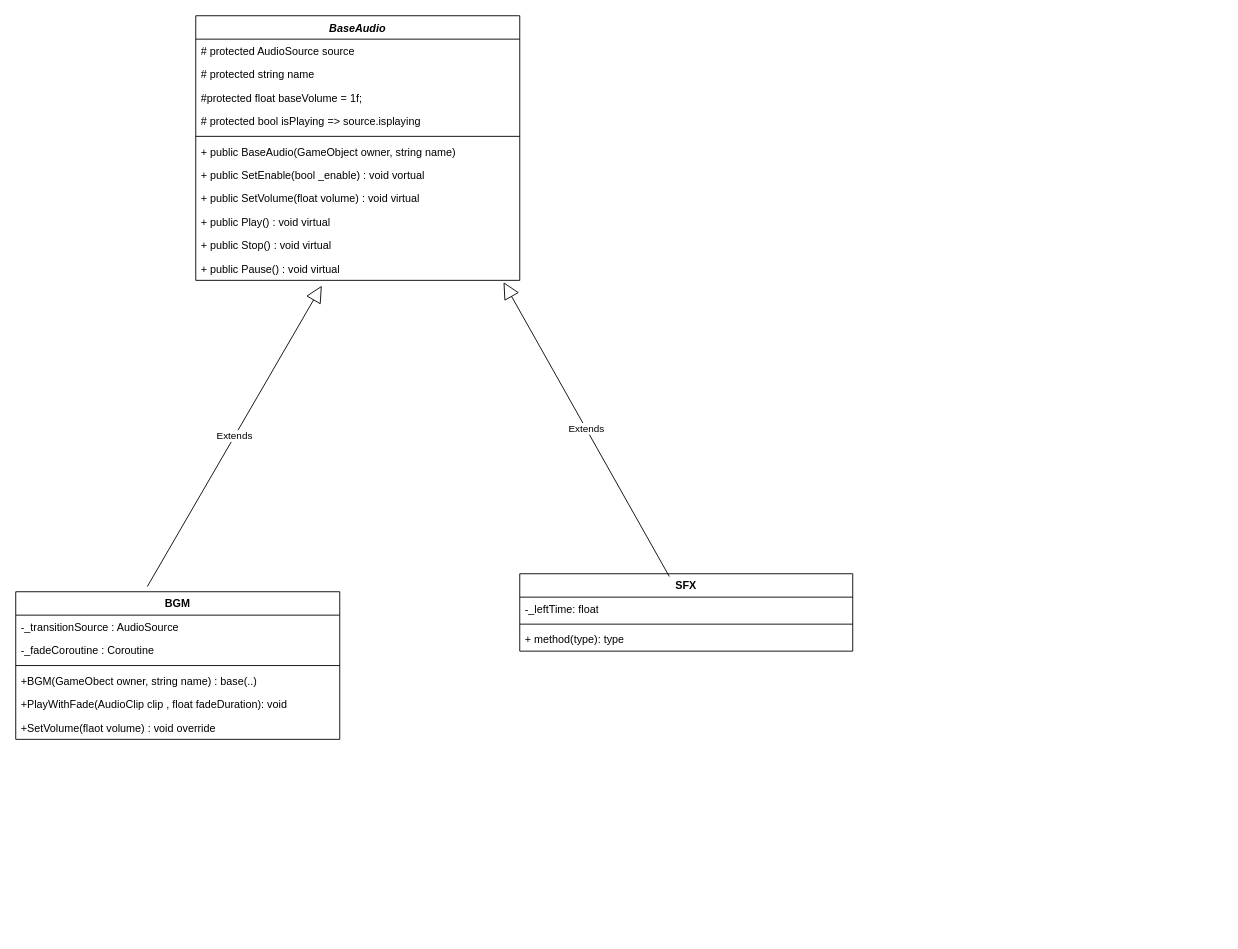
QAQSly/QAQSly keeps this draw.io diagram as Audio.drawio. Above is the earlier version. Source tidied: cells renumbered, new cells numbered last; positions are measured from the earlier drawing's top-left corner, leaving out a move shared by most shapes. Both pictures are drawn from the tidied source at 90%, with x=0, y=0 at pixel (15, 15).
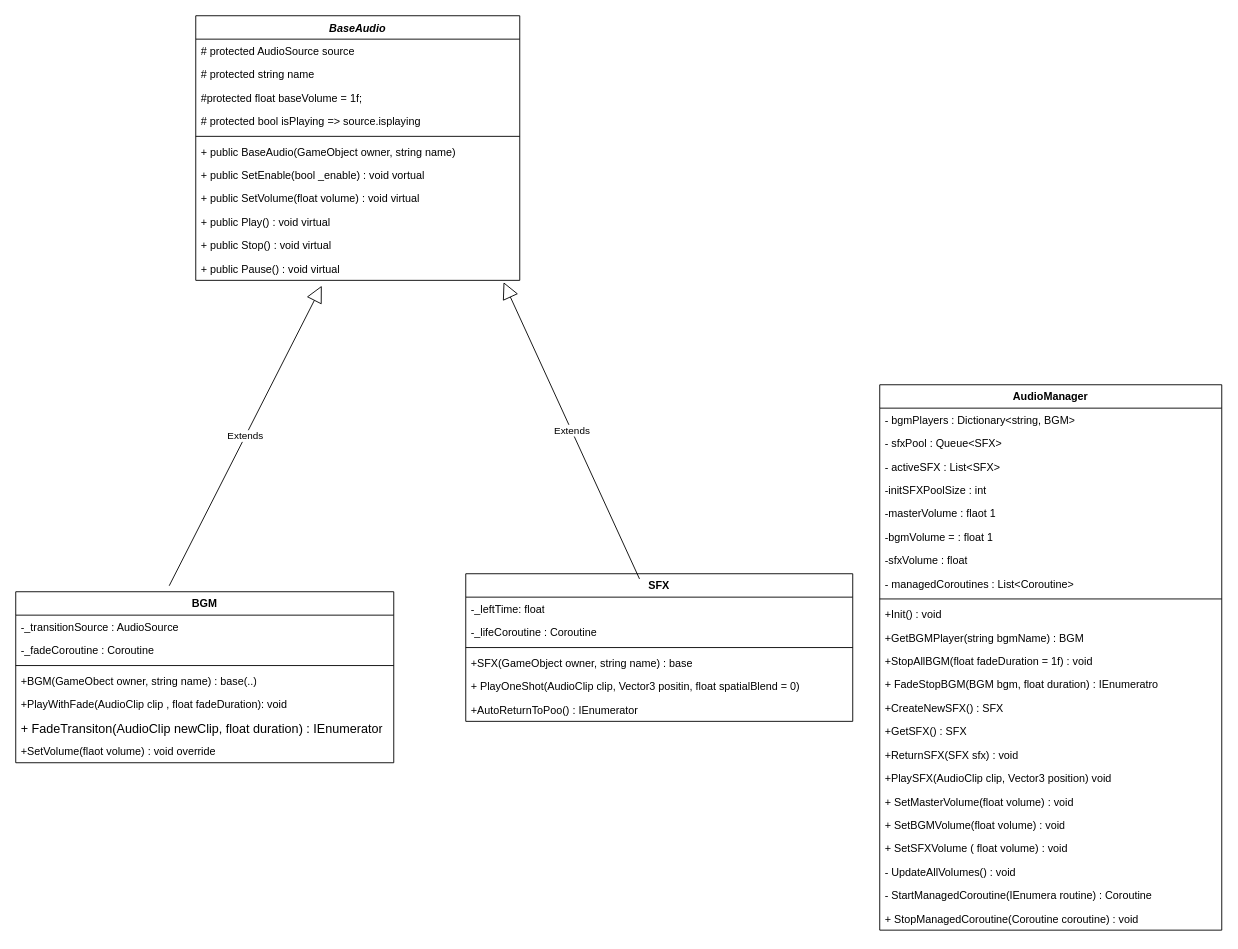
The same diagram, later.

The edit, as a diff of the source:
```diff
@@
     <mxCell id="14" value="BGM" style="swimlane;fontStyle=1;align=center;verticalAlign=top;horizontal=1;startSize=26;whiteSpace=wrap;html=1;" parent="1" vertex="1">
-      <mxGeometry y="640" width="360" height="164" as="geometry" />
+      <mxGeometry y="640" width="420" height="190" as="geometry" />
     </mxCell>
     <mxCell id="15" value="-_transitionSource : AudioSource" style="text;strokeColor=none;fillColor=none;align=left;verticalAlign=top;spacingLeft=4;spacingRight=4;overflow=hidden;whiteSpace=wrap;html=1;" parent="14" vertex="1">
-      <mxGeometry y="26" width="360" height="26" as="geometry" />
+      <mxGeometry y="26" width="420" height="26" as="geometry" />
     </mxCell>
     <mxCell id="16" value="-_fadeCoroutine : Coroutine" style="text;strokeColor=none;fillColor=none;align=left;verticalAlign=top;spacingLeft=4;spacingRight=4;overflow=hidden;whiteSpace=wrap;html=1;" parent="14" vertex="1">
-      <mxGeometry y="52" width="360" height="26" as="geometry" />
+      <mxGeometry y="52" width="420" height="26" as="geometry" />
     </mxCell>
     <mxCell id="17" style="line;strokeWidth=1;fillColor=none;align=left;verticalAlign=middle;spacingTop=-1;spacingLeft=3;spacingRight=3;labelPosition=right;strokeColor=inherit;" parent="14" vertex="1">
-      <mxGeometry y="78" width="360" height="8" as="geometry" />
+      <mxGeometry y="78" width="420" height="8" as="geometry" />
     </mxCell>
     <mxCell id="18" value="+BGM(GameObect owner, string name) : base(..)" style="text;strokeColor=none;fillColor=none;align=left;verticalAlign=top;spacingLeft=4;spacingRight=4;overflow=hidden;whiteSpace=wrap;html=1;" parent="14" vertex="1">
-      <mxGeometry y="86" width="360" height="26" as="geometry" />
+      <mxGeometry y="86" width="420" height="26" as="geometry" />
     </mxCell>
     <mxCell id="19" value="+PlayWithFade(AudioClip clip , float fadeDuration): void" style="text;strokeColor=none;fillColor=none;align=left;verticalAlign=top;spacingLeft=4;spacingRight=4;overflow=hidden;whiteSpace=wrap;html=1;" parent="14" vertex="1">
-      <mxGeometry y="112" width="360" height="26" as="geometry" />
+      <mxGeometry y="112" width="420" height="26" as="geometry" />
     </mxCell>
+    <mxCell id="27" value="&lt;font face=&quot;Calibri&quot;&gt;&lt;span style=&quot;font-size: 14px;&quot;&gt;+ FadeTransiton(AudioClip newClip, float duration) : IEnumerator&lt;/span&gt;&lt;/font&gt;" style="text;strokeColor=none;fillColor=none;align=left;verticalAlign=top;spacingLeft=4;spacingRight=4;overflow=hidden;whiteSpace=wrap;html=1;" parent="14" vertex="1">
+      <mxGeometry y="138" width="420" height="26" as="geometry" />
+    </mxCell>
     <mxCell id="20" value="+SetVolume(flaot volume) : void override" style="text;strokeColor=none;fillColor=none;align=left;verticalAlign=top;spacingLeft=4;spacingRight=4;overflow=hidden;whiteSpace=wrap;html=1;" parent="14" vertex="1">
-      <mxGeometry y="138" width="360" height="26" as="geometry" />
+      <mxGeometry y="164" width="420" height="26" as="geometry" />
     </mxCell>
@@
     <mxCell id="22" value="SFX" style="swimlane;fontStyle=1;align=center;verticalAlign=top;horizontal=1;startSize=26;whiteSpace=wrap;html=1;" parent="1" vertex="1">
-      <mxGeometry x="560" y="620" width="370" height="86" as="geometry" />
+      <mxGeometry x="500" y="620" width="430" height="164" as="geometry" />
     </mxCell>
     <mxCell id="23" value="-_leftTime: float" style="text;strokeColor=none;fillColor=none;align=left;verticalAlign=top;spacingLeft=4;spacingRight=4;overflow=hidden;whiteSpace=wrap;html=1;" parent="22" vertex="1">
-      <mxGeometry y="26" width="370" height="26" as="geometry" />
+      <mxGeometry y="26" width="430" height="26" as="geometry" />
     </mxCell>
+    <mxCell id="28" value="-_lifeCoroutine : Coroutine" style="text;strokeColor=none;fillColor=none;align=left;verticalAlign=top;spacingLeft=4;spacingRight=4;overflow=hidden;whiteSpace=wrap;html=1;" parent="22" vertex="1">
+      <mxGeometry y="52" width="430" height="26" as="geometry" />
+    </mxCell>
     <mxCell id="24" style="line;strokeWidth=1;fillColor=none;align=left;verticalAlign=middle;spacingTop=-1;spacingLeft=3;spacingRight=3;labelPosition=right;strokeColor=inherit;" parent="22" vertex="1">
-      <mxGeometry y="52" width="370" height="8" as="geometry" />
+      <mxGeometry y="78" width="430" height="8" as="geometry" />
     </mxCell>
-    <mxCell id="25" value="+ method(type): type" style="text;strokeColor=none;fillColor=none;align=left;verticalAlign=top;spacingLeft=4;spacingRight=4;overflow=hidden;whiteSpace=wrap;html=1;" parent="22" vertex="1">
-      <mxGeometry y="60" width="370" height="26" as="geometry" />
+    <mxCell id="25" value="+SFX(GameObject owner, string name) : base" style="text;strokeColor=none;fillColor=none;align=left;verticalAlign=top;spacingLeft=4;spacingRight=4;overflow=hidden;whiteSpace=wrap;html=1;" parent="22" vertex="1">
+      <mxGeometry y="86" width="430" height="26" as="geometry" />
     </mxCell>
+    <mxCell id="29" value="+ PlayOneShot(AudioClip clip, Vector3 positin, float spatialBlend = 0)" style="text;strokeColor=none;fillColor=none;align=left;verticalAlign=top;spacingLeft=4;spacingRight=4;overflow=hidden;whiteSpace=wrap;html=1;" parent="22" vertex="1">
+      <mxGeometry y="112" width="430" height="26" as="geometry" />
+    </mxCell>
+    <mxCell id="30" value="+AutoReturnToPoo() : IEnumerator" style="text;strokeColor=none;fillColor=none;align=left;verticalAlign=top;spacingLeft=4;spacingRight=4;overflow=hidden;whiteSpace=wrap;html=1;" parent="22" vertex="1">
+      <mxGeometry y="138" width="430" height="26" as="geometry" />
+    </mxCell>
@@
+    <mxCell id="31" value="AudioManager" style="swimlane;fontStyle=1;align=center;verticalAlign=top;horizontal=1;startSize=26;whiteSpace=wrap;html=1;" parent="1" vertex="1">
+      <mxGeometry x="960" y="410" width="380" height="606" as="geometry" />
+    </mxCell>
+    <mxCell id="32" value="- bgmPlayers : Dictionary&amp;lt;string, BGM&amp;gt;" style="text;strokeColor=none;fillColor=none;align=left;verticalAlign=top;spacingLeft=4;spacingRight=4;overflow=hidden;whiteSpace=wrap;html=1;" parent="31" vertex="1">
+      <mxGeometry y="26" width="380" height="26" as="geometry" />
+    </mxCell>
+    <mxCell id="33" value="- sfxPool : Queue&amp;lt;SFX&amp;gt;" style="text;strokeColor=none;fillColor=none;align=left;verticalAlign=top;spacingLeft=4;spacingRight=4;overflow=hidden;whiteSpace=wrap;html=1;" parent="31" vertex="1">
+      <mxGeometry y="52" width="380" height="26" as="geometry" />
+    </mxCell>
+    <mxCell id="34" value="- activeSFX : List&amp;lt;SFX&amp;gt;" style="text;strokeColor=none;fillColor=none;align=left;verticalAlign=top;spacingLeft=4;spacingRight=4;overflow=hidden;whiteSpace=wrap;html=1;" parent="31" vertex="1">
+      <mxGeometry y="78" width="380" height="26" as="geometry" />
+    </mxCell>
+    <mxCell id="35" value="-initSFXPoolSize : int" style="text;strokeColor=none;fillColor=none;align=left;verticalAlign=top;spacingLeft=4;spacingRight=4;overflow=hidden;whiteSpace=wrap;html=1;" parent="31" vertex="1">
+      <mxGeometry y="104" width="380" height="26" as="geometry" />
+    </mxCell>
+    <mxCell id="36" value="-masterVolume : flaot 1" style="text;strokeColor=none;fillColor=none;align=left;verticalAlign=top;spacingLeft=4;spacingRight=4;overflow=hidden;whiteSpace=wrap;html=1;" parent="31" vertex="1">
+      <mxGeometry y="130" width="380" height="26" as="geometry" />
+    </mxCell>
+    <mxCell id="37" value="-bgmVolume = : float 1" style="text;strokeColor=none;fillColor=none;align=left;verticalAlign=top;spacingLeft=4;spacingRight=4;overflow=hidden;whiteSpace=wrap;html=1;" parent="31" vertex="1">
+      <mxGeometry y="156" width="380" height="26" as="geometry" />
+    </mxCell>
+    <mxCell id="38" value="-sfxVolume : float" style="text;strokeColor=none;fillColor=none;align=left;verticalAlign=top;spacingLeft=4;spacingRight=4;overflow=hidden;whiteSpace=wrap;html=1;" parent="31" vertex="1">
+      <mxGeometry y="182" width="380" height="26" as="geometry" />
+    </mxCell>
+    <mxCell id="39" value="- managedCoroutines : List&amp;lt;Coroutine&amp;gt;" style="text;strokeColor=none;fillColor=none;align=left;verticalAlign=top;spacingLeft=4;spacingRight=4;overflow=hidden;whiteSpace=wrap;html=1;" parent="31" vertex="1">
+      <mxGeometry y="208" width="380" height="26" as="geometry" />
+    </mxCell>
+    <mxCell id="40" style="line;strokeWidth=1;fillColor=none;align=left;verticalAlign=middle;spacingTop=-1;spacingLeft=3;spacingRight=3;labelPosition=right;strokeColor=inherit;" parent="31" vertex="1">
+      <mxGeometry y="234" width="380" height="8" as="geometry" />
+    </mxCell>
+    <mxCell id="41" value="+Init() : void" style="text;strokeColor=none;fillColor=none;align=left;verticalAlign=top;spacingLeft=4;spacingRight=4;overflow=hidden;whiteSpace=wrap;html=1;" parent="31" vertex="1">
+      <mxGeometry y="242" width="380" height="26" as="geometry" />
+    </mxCell>
+    <mxCell id="42" value="+GetBGMPlayer(string bgmName) : BGM" style="text;strokeColor=none;fillColor=none;align=left;verticalAlign=top;spacingLeft=4;spacingRight=4;overflow=hidden;whiteSpace=wrap;html=1;" parent="31" vertex="1">
+      <mxGeometry y="268" width="380" height="26" as="geometry" />
+    </mxCell>
+    <mxCell id="43" value="+StopAllBGM(float fadeDuration = 1f) : void" style="text;strokeColor=none;fillColor=none;align=left;verticalAlign=top;spacingLeft=4;spacingRight=4;overflow=hidden;whiteSpace=wrap;html=1;" parent="31" vertex="1">
+      <mxGeometry y="294" width="380" height="26" as="geometry" />
+    </mxCell>
+    <mxCell id="44" value="+ FadeStopBGM(BGM bgm, float duration) : IEnumeratro" style="text;strokeColor=none;fillColor=none;align=left;verticalAlign=top;spacingLeft=4;spacingRight=4;overflow=hidden;whiteSpace=wrap;html=1;" parent="31" vertex="1">
+      <mxGeometry y="320" width="380" height="26" as="geometry" />
+    </mxCell>
+    <mxCell id="45" value="+CreateNewSFX() : SFX" style="text;strokeColor=none;fillColor=none;align=left;verticalAlign=top;spacingLeft=4;spacingRight=4;overflow=hidden;whiteSpace=wrap;html=1;" parent="31" vertex="1">
+      <mxGeometry y="346" width="380" height="26" as="geometry" />
+    </mxCell>
+    <mxCell id="46" value="+GetSFX() : SFX" style="text;strokeColor=none;fillColor=none;align=left;verticalAlign=top;spacingLeft=4;spacingRight=4;overflow=hidden;whiteSpace=wrap;html=1;" parent="31" vertex="1">
+      <mxGeometry y="372" width="380" height="26" as="geometry" />
+    </mxCell>
+    <mxCell id="47" value="+ReturnSFX(SFX sfx) : void" style="text;strokeColor=none;fillColor=none;align=left;verticalAlign=top;spacingLeft=4;spacingRight=4;overflow=hidden;whiteSpace=wrap;html=1;" parent="31" vertex="1">
+      <mxGeometry y="398" width="380" height="26" as="geometry" />
+    </mxCell>
+    <mxCell id="48" value="+PlaySFX(AudioClip clip, Vector3 position) void" style="text;strokeColor=none;fillColor=none;align=left;verticalAlign=top;spacingLeft=4;spacingRight=4;overflow=hidden;whiteSpace=wrap;html=1;" parent="31" vertex="1">
+      <mxGeometry y="424" width="380" height="26" as="geometry" />
+    </mxCell>
+    <mxCell id="49" value="+ SetMasterVolume(float volume) : void" style="text;strokeColor=none;fillColor=none;align=left;verticalAlign=top;spacingLeft=4;spacingRight=4;overflow=hidden;whiteSpace=wrap;html=1;" parent="31" vertex="1">
+      <mxGeometry y="450" width="380" height="26" as="geometry" />
+    </mxCell>
+    <mxCell id="50" value="+ SetBGMVolume(float volume) : void" style="text;strokeColor=none;fillColor=none;align=left;verticalAlign=top;spacingLeft=4;spacingRight=4;overflow=hidden;whiteSpace=wrap;html=1;" parent="31" vertex="1">
+      <mxGeometry y="476" width="380" height="26" as="geometry" />
+    </mxCell>
+    <mxCell id="51" value="+ SetSFXVolume ( float volume) : void" style="text;strokeColor=none;fillColor=none;align=left;verticalAlign=top;spacingLeft=4;spacingRight=4;overflow=hidden;whiteSpace=wrap;html=1;" parent="31" vertex="1">
+      <mxGeometry y="502" width="380" height="26" as="geometry" />
+    </mxCell>
+    <mxCell id="52" value="- UpdateAllVolumes() : void" style="text;strokeColor=none;fillColor=none;align=left;verticalAlign=top;spacingLeft=4;spacingRight=4;overflow=hidden;whiteSpace=wrap;html=1;" parent="31" vertex="1">
+      <mxGeometry y="528" width="380" height="26" as="geometry" />
+    </mxCell>
+    <mxCell id="53" value="- StartManagedCoroutine(IEnumera routine) : Coroutine" style="text;strokeColor=none;fillColor=none;align=left;verticalAlign=top;spacingLeft=4;spacingRight=4;overflow=hidden;whiteSpace=wrap;html=1;" parent="31" vertex="1">
+      <mxGeometry y="554" width="380" height="26" as="geometry" />
+    </mxCell>
+    <mxCell id="54" value="+ StopManagedCoroutine(Coroutine coroutine) : void" style="text;strokeColor=none;fillColor=none;align=left;verticalAlign=top;spacingLeft=4;spacingRight=4;overflow=hidden;whiteSpace=wrap;html=1;" parent="31" vertex="1">
+      <mxGeometry y="580" width="380" height="26" as="geometry" />
+    </mxCell>
```
